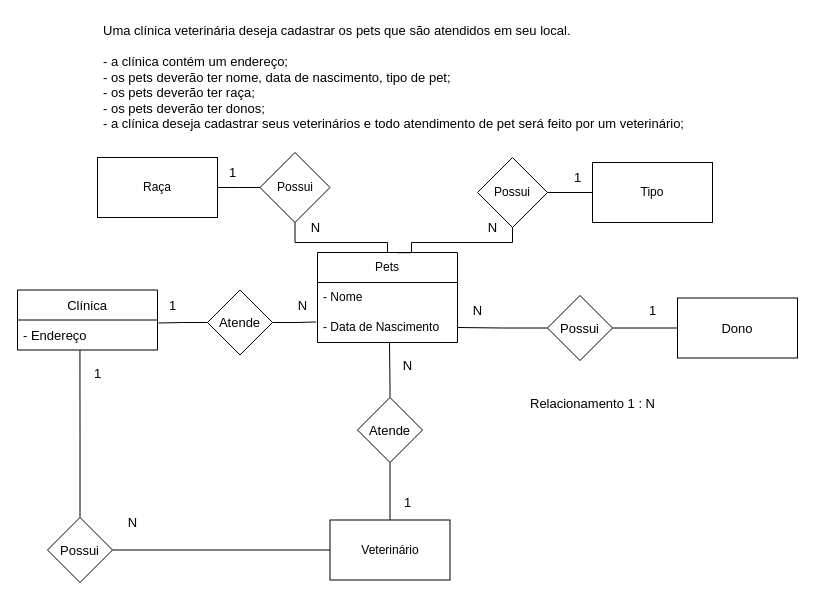
Above: Exercicios-MER/1.3-pclinics/1.3-exercicio-pclinics.drawio in MarceloAC04/Banco-de-dados (draw.io), before the change. Source tidied: cells renumbered, new cells numbered last; positions are measured from the earlier drawing's top-left corner, leaving out a move shared by most shapes. Both pictures are drawn from the tidied source at 100%, with x=0, y=0 at pixel (17, 17).
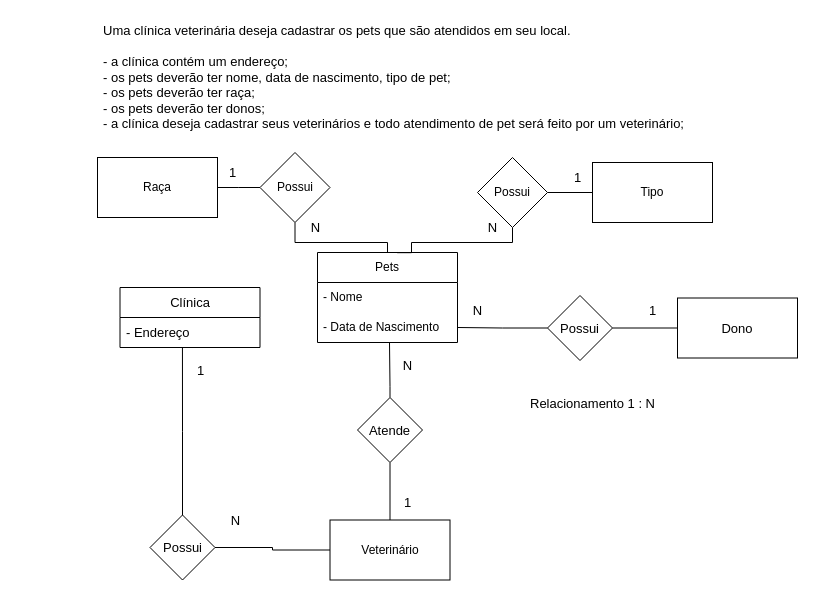
The same page after the edit.

The change refers to these unchanged cells:
```xml
<mxCell id="4" value="&lt;font style=&quot;font-size: 13px;&quot;&gt;- Endereço&lt;/font&gt;" style="text;strokeColor=none;fillColor=none;align=left;verticalAlign=middle;spacingLeft=4;spacingRight=4;overflow=hidden;points=[[0,0.5],[1,0.5]];portConstraint=eastwest;whiteSpace=wrap;html=1;" parent="3" vertex="1">
  <mxGeometry y="30" width="140" height="30" as="geometry" />
</mxCell>
<mxCell id="8" value="- Data de Nascimento" style="text;strokeColor=none;fillColor=none;align=left;verticalAlign=middle;spacingLeft=4;spacingRight=4;overflow=hidden;points=[[0,0.5],[1,0.5]];portConstraint=eastwest;whiteSpace=wrap;html=1;" parent="6" vertex="1">
  <mxGeometry y="60" width="140" height="30" as="geometry" />
</mxCell>
```

The edit, as a diff of the source:
```diff
@@
     <mxCell id="3" value="&lt;font style=&quot;font-size: 13px;&quot;&gt;&lt;font style=&quot;font-size: 13px;&quot;&gt;C&lt;/font&gt;línica&lt;/font&gt;" style="swimlane;fontStyle=0;horizontal=1;startSize=30;whiteSpace=wrap;html=1;" parent="1" vertex="1">
-      <mxGeometry y="272.5" width="140" height="60" as="geometry" />
+      <mxGeometry x="102.5" y="270" width="140" height="60" as="geometry" />
     </mxCell>
@@
-    <mxCell id="11" style="edgeStyle=orthogonalEdgeStyle;rounded=0;jettySize=auto;html=1;entryX=1.007;entryY=0.1;entryDx=0;entryDy=0;entryPerimeter=0;endArrow=none;endFill=0;" parent="1" edge="1" source="13" target="4">
-      <mxGeometry relative="1" as="geometry" />
-    </mxCell>
-    <mxCell id="12" style="edgeStyle=orthogonalEdgeStyle;rounded=0;jettySize=auto;html=1;entryX=-0.011;entryY=0.317;entryDx=0;entryDy=0;entryPerimeter=0;endArrow=none;endFill=0;" parent="1" edge="1" source="13" target="8">
-      <mxGeometry relative="1" as="geometry" />
-    </mxCell>
-    <mxCell id="13" value="&lt;font style=&quot;font-size: 13px;&quot;&gt;Atende&lt;/font&gt;" style="rhombus;whiteSpace=wrap;html=1;" parent="1" vertex="1">
-      <mxGeometry x="190" y="272.5" width="65" height="65" as="geometry" />
-    </mxCell>
@@
     <mxCell id="18" value="&lt;span style=&quot;font-size: 13px;&quot;&gt;Possui&lt;/span&gt;" style="rhombus;whiteSpace=wrap;html=1;" parent="1" vertex="1">
-      <mxGeometry x="30" y="500" width="65" height="65" as="geometry" />
+      <mxGeometry x="132.5" y="497.5" width="65" height="65" as="geometry" />
     </mxCell>
@@
-    <mxCell id="23" value="&lt;font style=&quot;font-size: 13px;&quot;&gt;1&lt;/font&gt;" style="text;html=1;align=center;verticalAlign=middle;strokeColor=none;fillColor=none;" parent="1" vertex="1">
-      <mxGeometry x="140" y="272.5" width="30" height="30" as="geometry" />
-    </mxCell>
-    <mxCell id="24" value="&lt;span style=&quot;font-size: 13px;&quot;&gt;N&lt;/span&gt;" style="text;html=1;align=center;verticalAlign=middle;strokeColor=none;fillColor=none;" parent="1" vertex="1">
-      <mxGeometry x="270" y="272.5" width="30" height="30" as="geometry" />
-    </mxCell>
@@
     <mxCell id="27" value="&lt;span style=&quot;font-size: 13px;&quot;&gt;1&lt;/span&gt;" style="text;html=1;align=center;verticalAlign=middle;strokeColor=none;fillColor=none;" parent="1" vertex="1">
-      <mxGeometry x="65" y="340.5" width="30" height="30" as="geometry" />
+      <mxGeometry x="167.5" y="338" width="30" height="30" as="geometry" />
     </mxCell>
@@
     <mxCell id="30" value="&lt;span style=&quot;font-size: 13px;&quot;&gt;N&lt;/span&gt;" style="text;html=1;align=center;verticalAlign=middle;strokeColor=none;fillColor=none;" parent="1" vertex="1">
-      <mxGeometry x="100" y="490" width="30" height="30" as="geometry" />
+      <mxGeometry x="202.5" y="487.5" width="30" height="30" as="geometry" />
     </mxCell>
```
